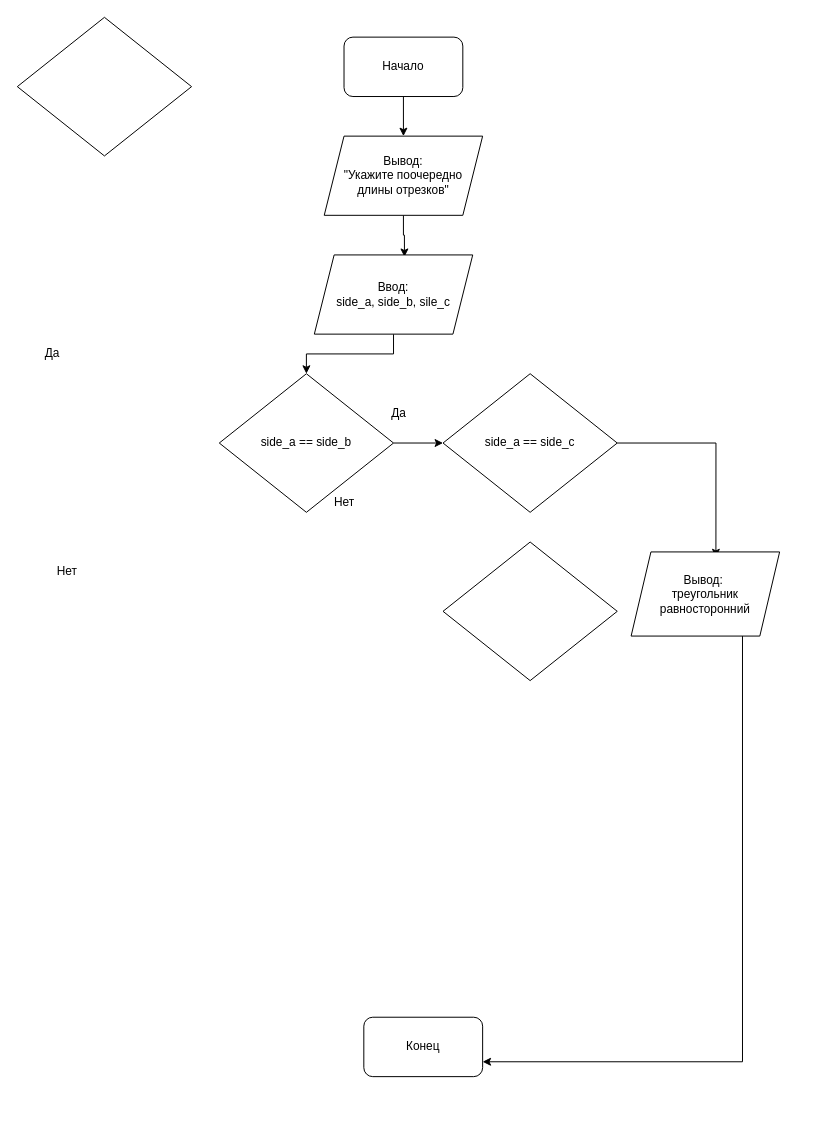
adm-lev/Algorithms_python keeps this draw.io diagram as page "ex.7" (3 of 4) of Untitled Diagram.drawio. Above is the earlier version. Source tidied: cells renumbered, new cells numbered last; positions are measured from the earlier drawing's top-left corner, leaving out a move shared by most shapes. Both pictures are drawn from the tidied source at 99%, with x=0, y=0 at pixel (17, 17).
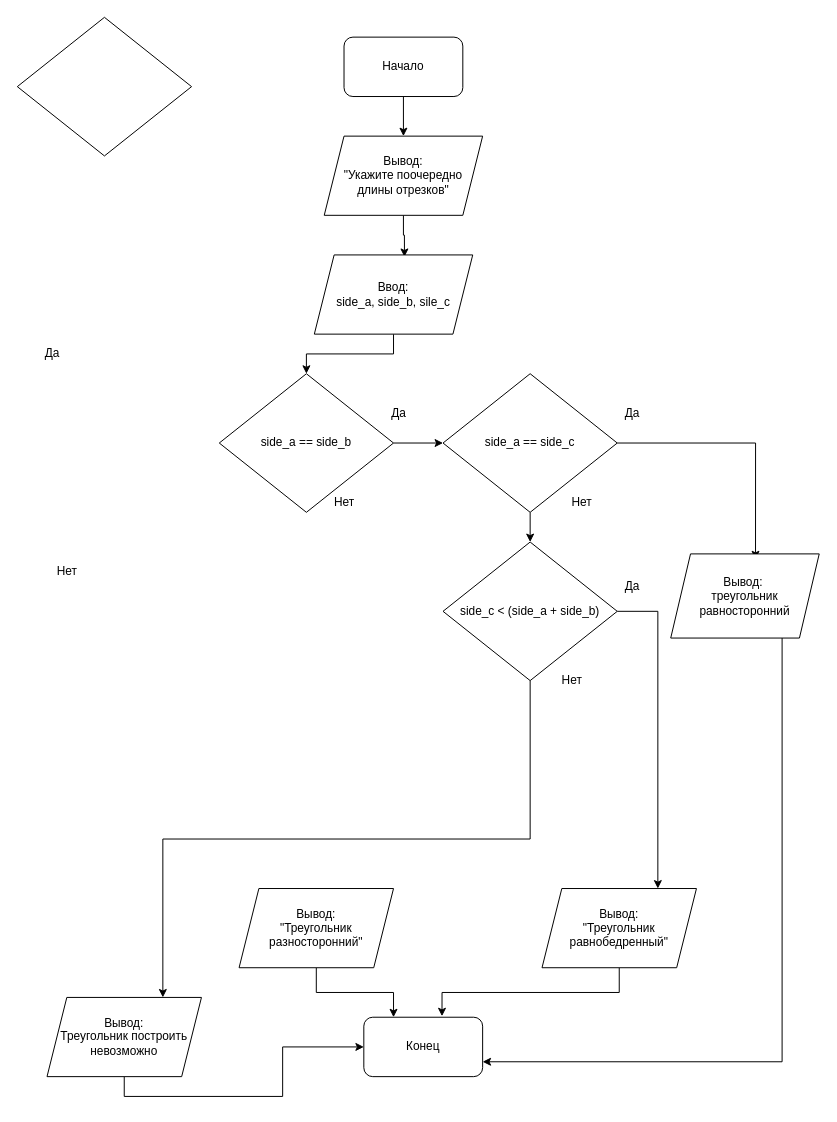
After the change.

The change refers to these unchanged cells:
```xml
<mxCell id="4" value="Конец" style="rounded=1;whiteSpace=wrap;html=1;" parent="1" vertex="1">
  <mxGeometry x="350" y="1010" width="120" height="60" as="geometry" />
</mxCell>
<mxCell id="13" value="side_a == side_c" style="rhombus;whiteSpace=wrap;html=1;" parent="1" vertex="1">
  <mxGeometry x="430" y="360" width="176" height="140" as="geometry" />
</mxCell>
```

Diff of the diagram source:
```diff
@@
+    <mxCell id="21" style="edgeStyle=orthogonalEdgeStyle;rounded=0;jettySize=auto;html=1;exitX=0.5;exitY=1;exitDx=0;exitDy=0;entryX=0.5;entryY=0;entryDx=0;entryDy=0;" parent="1" edge="1" source="13" target="14">
+      <mxGeometry relative="1" as="geometry" />
+    </mxCell>
@@
+    <mxCell id="22" style="edgeStyle=orthogonalEdgeStyle;rounded=0;jettySize=auto;html=1;exitX=1;exitY=0.5;exitDx=0;exitDy=0;entryX=0.75;entryY=0;entryDx=0;entryDy=0;" parent="1" edge="1" source="14" target="25">
+      <mxGeometry relative="1" as="geometry" />
+    </mxCell>
+    <mxCell id="23" style="edgeStyle=orthogonalEdgeStyle;rounded=0;jettySize=auto;html=1;exitX=0.5;exitY=1;exitDx=0;exitDy=0;entryX=0.75;entryY=0;entryDx=0;entryDy=0;" parent="1" edge="1" source="14" target="29">
+      <mxGeometry relative="1" as="geometry" />
+    </mxCell>
-    <mxCell id="14" style="rhombus;whiteSpace=wrap;html=1;" parent="1" vertex="1">
+    <mxCell id="14" value="side_c &amp;lt; (side_a + side_b)" style="rhombus;whiteSpace=wrap;html=1;" parent="1" vertex="1">
       <mxGeometry x="430" y="530" width="176" height="140" as="geometry" />
     </mxCell>
@@
     <mxCell id="20" value="Вывод:&amp;nbsp;&lt;br&gt;треугольник равносторонний" style="shape=parallelogram;perimeter=parallelogramPerimeter;whiteSpace=wrap;html=1;fixedSize=1;" parent="1" vertex="1">
-      <mxGeometry x="620" y="540" width="150" height="85" as="geometry" />
+      <mxGeometry x="660" y="542" width="150" height="85" as="geometry" />
     </mxCell>
+    <mxCell id="24" style="edgeStyle=orthogonalEdgeStyle;rounded=0;jettySize=auto;html=1;exitX=0.5;exitY=1;exitDx=0;exitDy=0;entryX=0.658;entryY=-0.017;entryDx=0;entryDy=0;entryPerimeter=0;" parent="1" edge="1" source="25" target="4">
+      <mxGeometry relative="1" as="geometry" />
+    </mxCell>
+    <mxCell id="25" value="Вывод:&lt;br&gt;&quot;Треугольник равнобедренный&quot;" style="shape=parallelogram;perimeter=parallelogramPerimeter;whiteSpace=wrap;html=1;fixedSize=1;" parent="1" vertex="1">
+      <mxGeometry x="530" y="880" width="156" height="80" as="geometry" />
+    </mxCell>
+    <mxCell id="26" style="edgeStyle=orthogonalEdgeStyle;rounded=0;jettySize=auto;html=1;exitX=0.5;exitY=1;exitDx=0;exitDy=0;entryX=0.25;entryY=0;entryDx=0;entryDy=0;" parent="1" edge="1" source="27" target="4">
+      <mxGeometry relative="1" as="geometry" />
+    </mxCell>
+    <mxCell id="27" value="Вывод:&lt;br&gt;&quot;Треугольник разносторонний&quot;" style="shape=parallelogram;perimeter=parallelogramPerimeter;whiteSpace=wrap;html=1;fixedSize=1;" parent="1" vertex="1">
+      <mxGeometry x="224" y="880" width="156" height="80" as="geometry" />
+    </mxCell>
+    <mxCell id="28" style="edgeStyle=orthogonalEdgeStyle;rounded=0;jettySize=auto;html=1;exitX=0.5;exitY=1;exitDx=0;exitDy=0;entryX=0;entryY=0.5;entryDx=0;entryDy=0;" parent="1" edge="1" source="29" target="4">
+      <mxGeometry relative="1" as="geometry" />
+    </mxCell>
+    <mxCell id="29" value="Вывод:&lt;br&gt;Треугольник построить невозможно" style="shape=parallelogram;perimeter=parallelogramPerimeter;whiteSpace=wrap;html=1;fixedSize=1;" parent="1" vertex="1">
+      <mxGeometry x="30" y="990" width="156" height="80" as="geometry" />
+    </mxCell>
+    <mxCell id="30" value="Да" style="text;html=1;align=center;verticalAlign=middle;strokeColor=none;fillColor=none;" parent="1" vertex="1">
+      <mxGeometry x="606" y="390" width="30" height="20" as="geometry" />
+    </mxCell>
+    <mxCell id="31" value="Нет" style="text;html=1;align=center;verticalAlign=middle;strokeColor=none;fillColor=none;" parent="1" vertex="1">
+      <mxGeometry x="550" y="480" width="40" height="20" as="geometry" />
+    </mxCell>
+    <mxCell id="32" value="Да" style="text;html=1;align=center;verticalAlign=middle;strokeColor=none;fillColor=none;" parent="1" vertex="1">
+      <mxGeometry x="606" y="565" width="30" height="20" as="geometry" />
+    </mxCell>
+    <mxCell id="33" value="Нет" style="text;html=1;align=center;verticalAlign=middle;strokeColor=none;fillColor=none;" parent="1" vertex="1">
+      <mxGeometry x="540" y="660" width="40" height="20" as="geometry" />
+    </mxCell>
```
